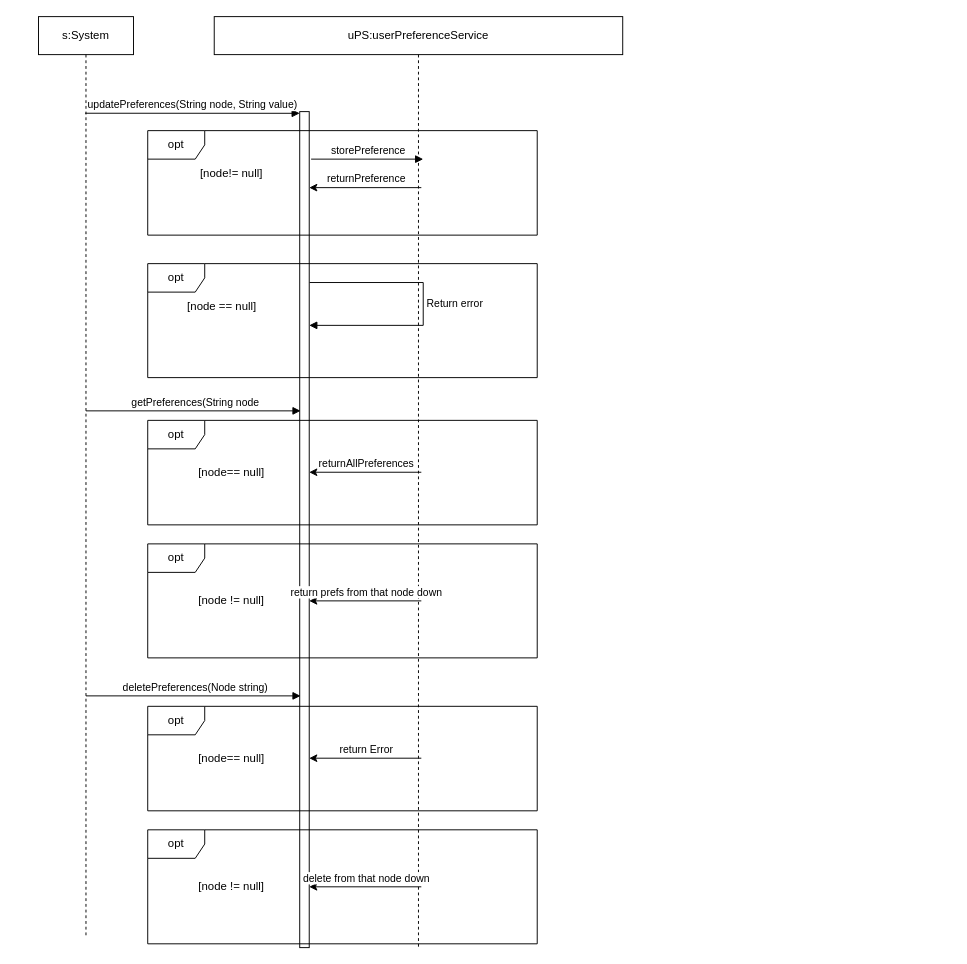
The draw.io diagram page "Sequence" (5 of 7) of Drawings/Microservices/UserPreferences/User Preference.drawio in RMSLowside/rmslow, before the edit. Source tidied: cells renumbered, new cells numbered last; positions are measured from the earlier drawing's top-left corner, leaving out a move shared by most shapes. Both pictures are drawn from the tidied source at 95%, with x=0, y=0 at pixel (38, 16).
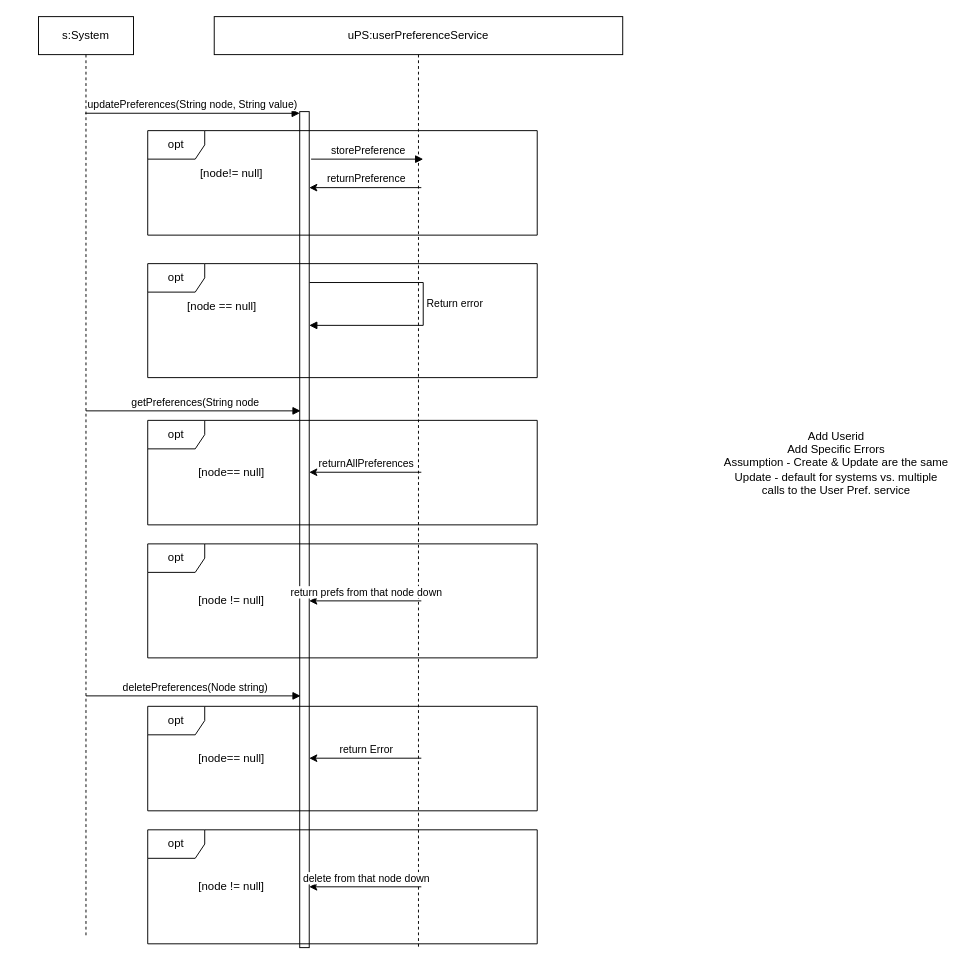
Above is the later version.

What changed in the source:
```diff
@@
+    <mxCell id="27" value="Add Userid&lt;br&gt;Add Specific Errors&lt;br&gt;Assumption - Create &amp;amp; Update are the same&lt;br&gt;Update - default for systems vs. multiple calls to the User Pref. service" style="text;html=1;strokeColor=none;fillColor=none;align=center;verticalAlign=middle;whiteSpace=wrap;rounded=0;" parent="1" vertex="1">
+      <mxGeometry x="720" y="380" width="240" height="180" as="geometry" />
+    </mxCell>
```
